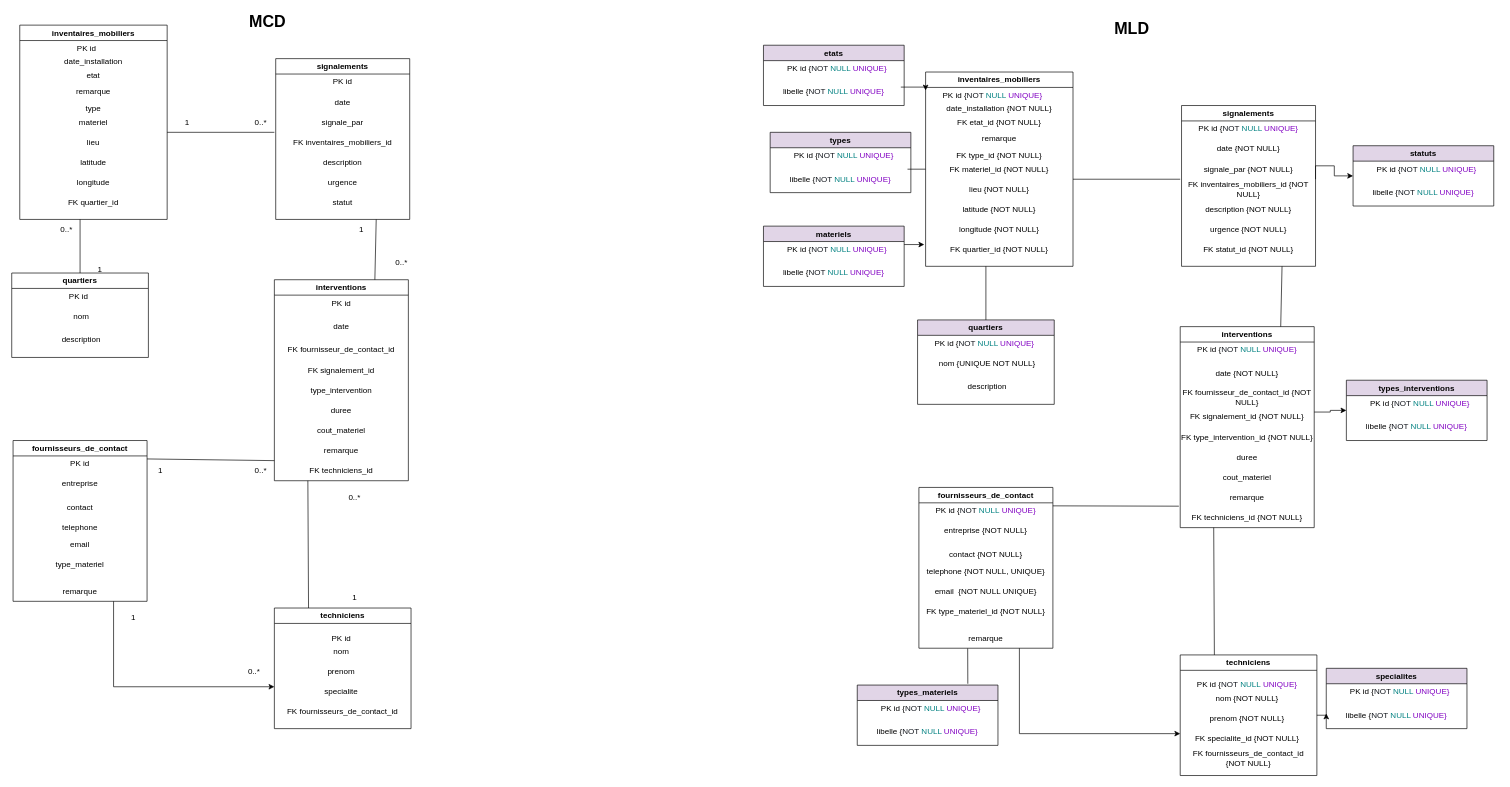
This is MCD.drawio from justinestalder-svg/Analyse-des-d-lais-de-traitement-par-quartier, a draw.io file, before an edit. Source tidied: cells renumbered, new cells numbered last; positions are measured from the earlier drawing's top-left corner, leaving out a move shared by most shapes. Both pictures are drawn from the tidied source at 67%, with x=0, y=0 at pixel (11, 11).
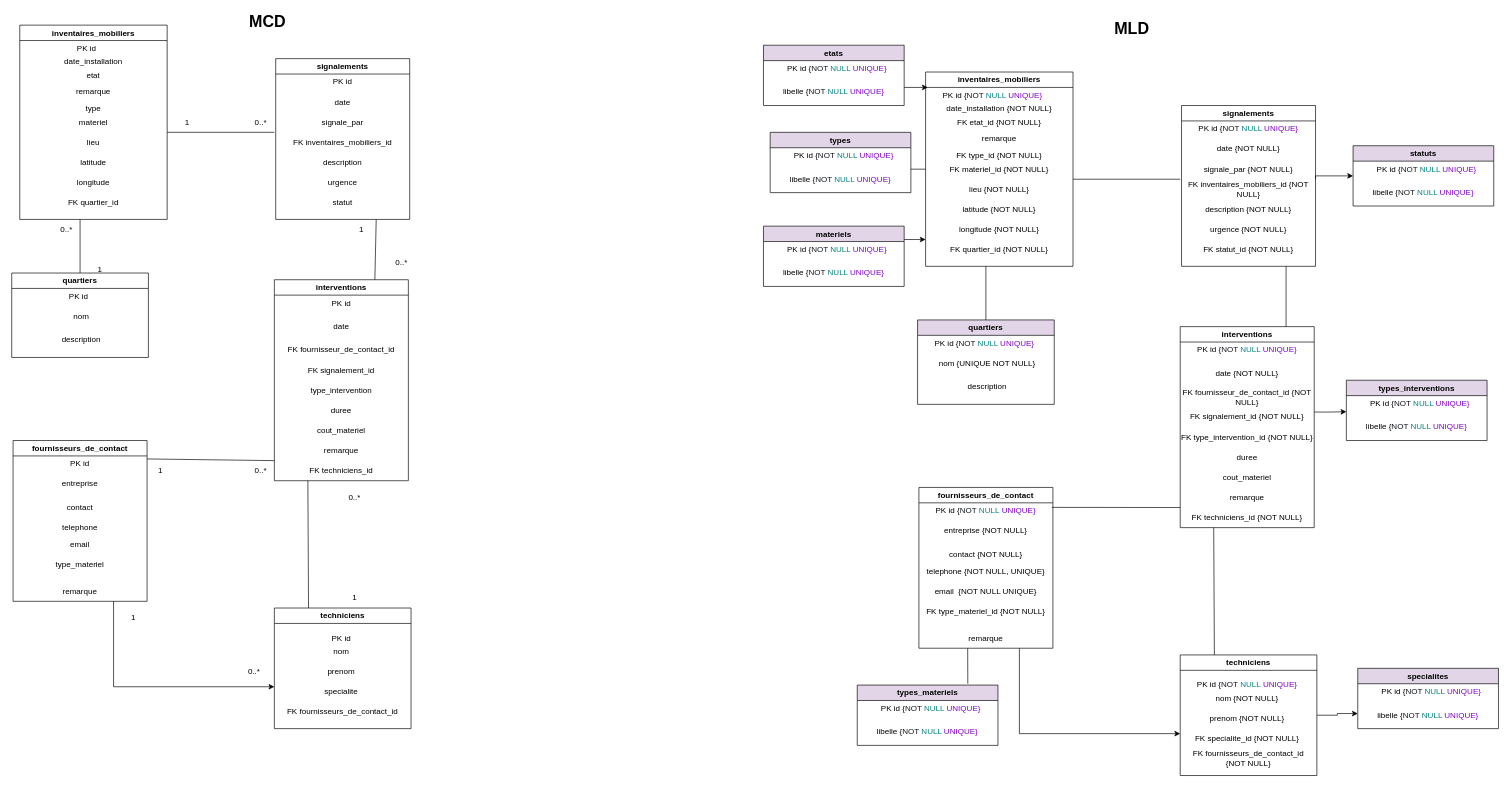
The same diagram, later.

Commit message (it also covers changes not shown here):
Mettre à jour MCD.drawio

The change refers to these unchanged cells:
```xml
<mxCell id="70" value="PK id {&lt;span class=&quot;token token&quot; style=&quot;color: rgb(20, 24, 31);&quot;&gt;NOT&lt;/span&gt;&amp;nbsp;&lt;span class=&quot;token token&quot; style=&quot;color: rgb(0, 128, 128);&quot;&gt;NULL&lt;/span&gt;&amp;nbsp;&lt;span class=&quot;token token&quot; style=&quot;color: rgb(129, 0, 194);&quot;&gt;UNIQUE}&lt;/span&gt;" style="text;html=1;whiteSpace=wrap;strokeColor=none;fillColor=none;align=center;verticalAlign=middle;rounded=0;" parent="69" vertex="1">
  <mxGeometry y="20" width="200" height="30" as="geometry" />
</mxCell>
<mxCell id="77" value="interventions" style="swimlane;whiteSpace=wrap;html=1;" parent="1" vertex="1">
  <mxGeometry x="1744" y="470" width="200" height="300" as="geometry" />
</mxCell>
<mxCell id="85" value="FK signalement_id {NOT NULL}" style="text;html=1;whiteSpace=wrap;strokeColor=none;fillColor=none;align=center;verticalAlign=middle;rounded=0;" parent="77" vertex="1">
  <mxGeometry y="120" width="200" height="30" as="geometry" />
</mxCell>
<mxCell id="86" value="FK techniciens_id {NOT NULL}" style="text;html=1;whiteSpace=wrap;strokeColor=none;fillColor=none;align=center;verticalAlign=middle;rounded=0;" parent="77" vertex="1">
  <mxGeometry y="270" width="200" height="30" as="geometry" />
</mxCell>
<mxCell id="87" value="inventaires_mobiliers" style="swimlane;whiteSpace=wrap;html=1;rounded=0;align=center;verticalAlign=middle;fontFamily=Helvetica;fontSize=12;fontColor=default;fillColor=none;gradientColor=none;" parent="1" vertex="1">
  <mxGeometry x="1364" y="90" width="220" height="290" as="geometry" />
</mxCell>
<mxCell id="88" value="PK id {&lt;span class=&quot;token token&quot; style=&quot;color: rgb(20, 24, 31);&quot;&gt;NOT&lt;/span&gt; &lt;span class=&quot;token token&quot; style=&quot;color: rgb(0, 128, 128);&quot;&gt;NULL&lt;/span&gt; &lt;span class=&quot;token token&quot; style=&quot;color: rgb(129, 0, 194);&quot;&gt;UNIQUE}&lt;/span&gt;" style="text;html=1;whiteSpace=wrap;strokeColor=none;fillColor=none;align=center;verticalAlign=middle;rounded=0;fontFamily=Helvetica;fontSize=12;fontColor=default;" parent="87" vertex="1">
  <mxGeometry y="20" width="200" height="30" as="geometry" />
</mxCell>
<mxCell id="98" value="signalements" style="swimlane;whiteSpace=wrap;html=1;" parent="1" vertex="1">
  <mxGeometry x="1746" y="140" width="200" height="240" as="geometry" />
</mxCell>
<mxCell id="105" value="FK inventaires_mobiliers_id {NOT NULL}" style="text;html=1;whiteSpace=wrap;strokeColor=none;fillColor=none;align=center;verticalAlign=middle;rounded=0;" parent="98" vertex="1">
  <mxGeometry y="110" width="200" height="30" as="geometry" />
</mxCell>
<mxCell id="123" value="statuts" style="swimlane;whiteSpace=wrap;html=1;fillColor=#E1D5E7;" parent="1" vertex="1">
  <mxGeometry x="2002" y="200" width="210" height="90" as="geometry" />
</mxCell>
<mxCell id="129" value="libelle {&lt;span class=&quot;token token&quot; style=&quot;color: rgb(20, 24, 31);&quot;&gt;NOT&lt;/span&gt; &lt;span class=&quot;token token&quot; style=&quot;color: rgb(0, 128, 128);&quot;&gt;NULL&lt;/span&gt; &lt;span class=&quot;token token&quot; style=&quot;color: rgb(129, 0, 194);&quot;&gt;UNIQUE}&lt;/span&gt;" style="text;html=1;whiteSpace=wrap;strokeColor=none;fillColor=none;align=center;verticalAlign=middle;rounded=0;fontFamily=Helvetica;fontSize=12;fontColor=default;" parent="127" vertex="1">
  <mxGeometry x="5" y="55" width="200" height="30" as="geometry" />
</mxCell>
<mxCell id="135" value="types_interventions" style="swimlane;whiteSpace=wrap;html=1;fillColor=#E1D5E7;" parent="1" vertex="1">
  <mxGeometry x="1992" y="550" width="210" height="90" as="geometry" />
</mxCell>
<mxCell id="139" value="materiels" style="swimlane;whiteSpace=wrap;html=1;fillColor=#E1D5E7;" parent="1" vertex="1">
  <mxGeometry x="1122" y="320" width="210" height="90" as="geometry" />
</mxCell>
<mxCell id="141" value="PK id {&lt;span class=&quot;token token&quot; style=&quot;color: rgb(20, 24, 31);&quot;&gt;NOT&lt;/span&gt; &lt;span class=&quot;token token&quot; style=&quot;color: rgb(0, 128, 128);&quot;&gt;NULL&lt;/span&gt; &lt;span class=&quot;token token&quot; style=&quot;color: rgb(129, 0, 194);&quot;&gt;UNIQUE}&lt;/span&gt;" style="text;html=1;whiteSpace=wrap;strokeColor=none;fillColor=none;align=center;verticalAlign=middle;rounded=0;fontFamily=Helvetica;fontSize=12;fontColor=default;" parent="139" vertex="1">
  <mxGeometry x="10" y="20" width="200" height="30" as="geometry" />
</mxCell>
<mxCell id="145" value="libelle {&lt;span class=&quot;token token&quot; style=&quot;color: rgb(20, 24, 31);&quot;&gt;NOT&lt;/span&gt; &lt;span class=&quot;token token&quot; style=&quot;color: rgb(0, 128, 128);&quot;&gt;NULL&lt;/span&gt; &lt;span class=&quot;token token&quot; style=&quot;color: rgb(129, 0, 194);&quot;&gt;UNIQUE}&lt;/span&gt;" style="text;html=1;whiteSpace=wrap;strokeColor=none;fillColor=none;align=center;verticalAlign=middle;rounded=0;fontFamily=Helvetica;fontSize=12;fontColor=default;" parent="143" vertex="1">
  <mxGeometry x="5" y="55" width="200" height="30" as="geometry" />
</mxCell>
```

Change to the diagram source:
```diff
@@
-    <mxCell id="107" style="endArrow=none;html=1;rounded=0;exitX=1;exitY=0.25;exitDx=0;exitDy=0;" parent="1" edge="1" source="70">
-      <mxGeometry relative="1" as="geometry">
-        <mxPoint x="1742" y="738" as="targetPoint" />
-      </mxGeometry>
+    <mxCell id="107" style="endArrow=none;html=1;rounded=0;entryX=0;entryY=0;entryDx=0;entryDy=0;exitX=0.992;exitY=0.326;exitDx=0;exitDy=0;exitPerimeter=0;" parent="1" edge="1" source="70" target="86">
+      <mxGeometry relative="1" as="geometry" />
     </mxCell>
-    <mxCell id="108" style="endArrow=none;html=1;rounded=0;entryX=0.75;entryY=0;entryDx=0;entryDy=0;exitX=0.75;exitY=1;exitDx=0;exitDy=0;" parent="1" edge="1" source="98" target="77">
-      <mxGeometry relative="1" as="geometry" />
+    <mxCell id="108" style="endArrow=none;html=1;rounded=0;entryX=0.79;entryY=0.001;entryDx=0;entryDy=0;entryPerimeter=0;" parent="1" edge="1" target="77">
+      <mxGeometry relative="1" as="geometry">
+        <mxPoint x="1902" y="380" as="sourcePoint" />
+      </mxGeometry>
     </mxCell>
@@
     <mxCell id="126" style="edgeStyle=orthogonalEdgeStyle;rounded=0;jettySize=auto;html=1;exitX=1;exitY=0;exitDx=0;exitDy=0;entryX=0;entryY=0.5;entryDx=0;entryDy=0;" parent="1" edge="1" source="105" target="123">
-      <mxGeometry relative="1" as="geometry" />
+      <mxGeometry relative="1" as="geometry">
+        <Array as="points">
+          <mxPoint x="1946" y="245" />
+        </Array>
+      </mxGeometry>
     </mxCell>
@@
-    <mxCell id="133" style="endArrow=none;html=1;rounded=0;exitX=1;exitY=0;exitDx=0;exitDy=0;entryX=0;entryY=0.5;entryDx=0;entryDy=0;" parent="1" edge="1" source="129" target="87">
-      <mxGeometry relative="1" as="geometry" />
+    <mxCell id="133" style="endArrow=none;html=1;rounded=0;entryX=0;entryY=0.5;entryDx=0;entryDy=0;" parent="1" edge="1" target="87">
+      <mxGeometry relative="1" as="geometry">
+        <mxPoint x="1342" y="235" as="sourcePoint" />
+      </mxGeometry>
     </mxCell>
@@
-    <mxCell id="138" style="edgeStyle=orthogonalEdgeStyle;rounded=0;jettySize=auto;html=1;exitX=1;exitY=0.25;exitDx=0;exitDy=0;entryX=0;entryY=0.5;entryDx=0;entryDy=0;" parent="1" edge="1" source="85" target="135">
-      <mxGeometry relative="1" as="geometry" />
+    <mxCell id="138" style="edgeStyle=orthogonalEdgeStyle;rounded=0;jettySize=auto;html=1;exitX=1;exitY=0.25;exitDx=0;exitDy=0;" parent="1" edge="1" source="85">
+      <mxGeometry relative="1" as="geometry">
+        <mxPoint x="1992" y="597" as="targetPoint" />
+        <Array as="points">
+          <mxPoint x="1968" y="597" />
+          <mxPoint x="1992" y="597" />
+        </Array>
+      </mxGeometry>
     </mxCell>
@@
-    <mxCell id="140" style="edgeStyle=orthogonalEdgeStyle;rounded=0;jettySize=auto;html=1;exitX=1;exitY=0.25;exitDx=0;exitDy=0;" parent="139" edge="1" source="141">
-      <mxGeometry relative="1" as="geometry">
-        <mxPoint x="240" y="27.3" as="targetPoint" />
-      </mxGeometry>
-    </mxCell>
@@
     <mxCell id="146" value="specialites" style="swimlane;whiteSpace=wrap;html=1;fillColor=#E1D5E7;" parent="1" vertex="1">
-      <mxGeometry x="1962" y="980" width="210" height="90" as="geometry" />
+      <mxGeometry x="2009" y="980" width="210" height="90" as="geometry" />
     </mxCell>
@@
-    <mxCell id="149" style="edgeStyle=orthogonalEdgeStyle;rounded=0;jettySize=auto;html=1;exitX=1;exitY=0.25;exitDx=0;exitDy=0;entryX=0;entryY=0.25;entryDx=0;entryDy=0;" parent="1" edge="1" source="145" target="88">
-      <mxGeometry relative="1" as="geometry" />
+    <mxCell id="149" style="edgeStyle=orthogonalEdgeStyle;rounded=0;jettySize=auto;html=1;entryX=0.016;entryY=0.084;entryDx=0;entryDy=0;entryPerimeter=0;" parent="1" edge="1" target="88">
+      <mxGeometry relative="1" as="geometry">
+        <mxPoint x="1332" y="113" as="sourcePoint" />
+      </mxGeometry>
     </mxCell>
+    <mxCell id="150" style="endArrow=classic;html=1;rounded=0;exitX=1;exitY=0;exitDx=0;exitDy=0;" parent="1" edge="1" source="141">
+      <mxGeometry relative="1" as="geometry">
+        <mxPoint x="1364" y="340" as="targetPoint" />
+      </mxGeometry>
+    </mxCell>
```
